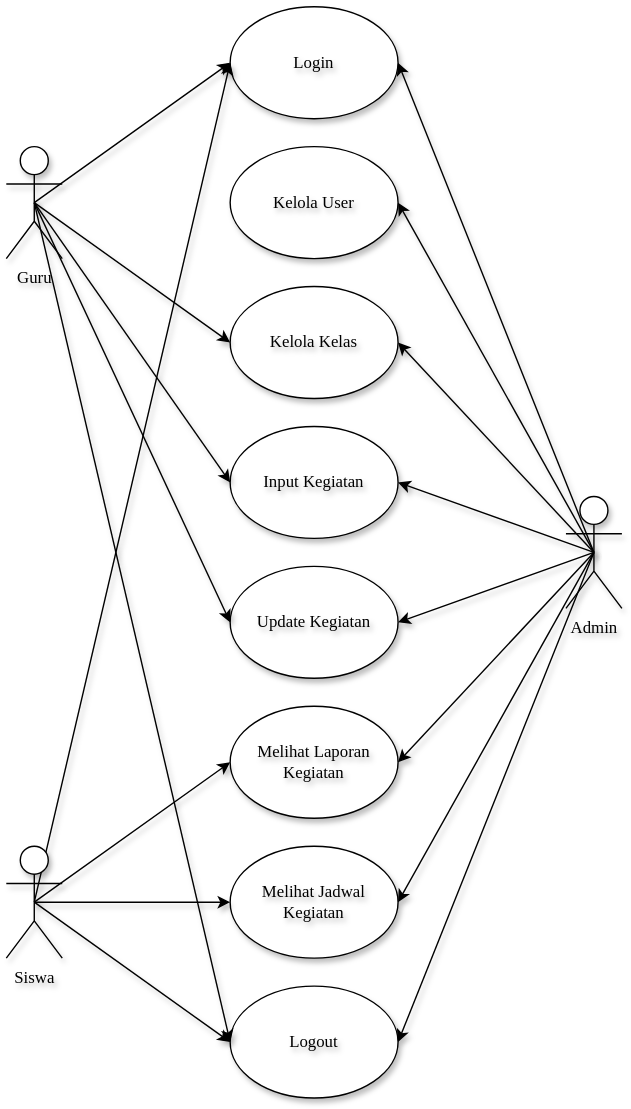
Above: Docs/Usecase.drawio.svg in SukaMCD/Aplikasi-Guru (draw.io), before the change. Source tidied: cells renumbered, new cells last; positions are measured from the earlier drawing's top-left corner, leaving out a move shared by most shapes.
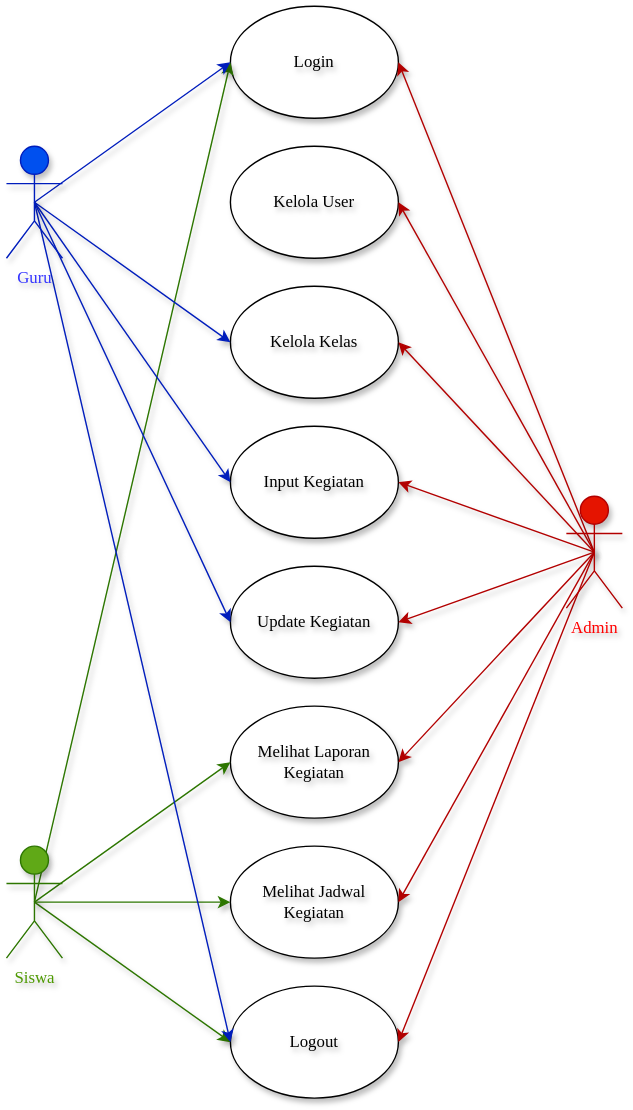
After the commit.

Change to the diagram source:
```diff
@@ -26,66 +26,66 @@
     <mxCell id="9" value="Logout" style="ellipse;whiteSpace=wrap;html=1;shadow=1;fontFamily=Times New Roman;labelBackgroundColor=none;strokeColor=light-dark(#000000,#000000);fontColor=light-dark(#000000,#FFFFFF);textShadow=1;labelBorderColor=none;" parent="1" vertex="1">
       <mxGeometry x="160" y="700" width="120" height="80" as="geometry" />
     </mxCell>
-    <mxCell id="10" style="edgeStyle=none;html=1;exitX=0.5;exitY=0.5;exitDx=0;exitDy=0;exitPerimeter=0;entryX=1;entryY=0.5;entryDx=0;entryDy=0;shadow=1;fontFamily=Times New Roman;labelBackgroundColor=none;fontColor=light-dark(#000000,#000000);strokeColor=light-dark(#000000,#000000);textShadow=1;labelBorderColor=none;" parent="1" edge="1" source="18" target="2">
+    <mxCell id="10" style="edgeStyle=none;html=1;exitX=0.5;exitY=0.5;exitDx=0;exitDy=0;exitPerimeter=0;entryX=1;entryY=0.5;entryDx=0;entryDy=0;shadow=1;fontFamily=Times New Roman;labelBackgroundColor=none;fontColor=light-dark(#000000,#000000);strokeColor=#B20000;textShadow=1;labelBorderColor=none;fillColor=#e51400;" parent="1" edge="1" source="18" target="2">
       <mxGeometry relative="1" as="geometry" />
     </mxCell>
-    <mxCell id="11" style="edgeStyle=none;html=1;exitX=0.5;exitY=0.5;exitDx=0;exitDy=0;exitPerimeter=0;entryX=1;entryY=0.5;entryDx=0;entryDy=0;shadow=1;fontFamily=Times New Roman;labelBackgroundColor=none;fontColor=light-dark(#000000,#000000);strokeColor=light-dark(#000000,#000000);textShadow=1;labelBorderColor=none;" parent="1" edge="1" source="18" target="3">
+    <mxCell id="11" style="edgeStyle=none;html=1;exitX=0.5;exitY=0.5;exitDx=0;exitDy=0;exitPerimeter=0;entryX=1;entryY=0.5;entryDx=0;entryDy=0;shadow=1;fontFamily=Times New Roman;labelBackgroundColor=none;fontColor=light-dark(#000000,#000000);strokeColor=#B20000;textShadow=1;labelBorderColor=none;fillColor=#e51400;" parent="1" edge="1" source="18" target="3">
       <mxGeometry relative="1" as="geometry" />
     </mxCell>
-    <mxCell id="12" style="edgeStyle=none;html=1;exitX=0.5;exitY=0.5;exitDx=0;exitDy=0;exitPerimeter=0;entryX=1;entryY=0.5;entryDx=0;entryDy=0;shadow=1;fontFamily=Times New Roman;labelBackgroundColor=none;fontColor=light-dark(#000000,#000000);strokeColor=light-dark(#000000,#000000);textShadow=1;labelBorderColor=none;" parent="1" edge="1" source="18" target="5">
+    <mxCell id="12" style="edgeStyle=none;html=1;exitX=0.5;exitY=0.5;exitDx=0;exitDy=0;exitPerimeter=0;entryX=1;entryY=0.5;entryDx=0;entryDy=0;shadow=1;fontFamily=Times New Roman;labelBackgroundColor=none;fontColor=light-dark(#000000,#000000);strokeColor=#B20000;textShadow=1;labelBorderColor=none;fillColor=#e51400;" parent="1" edge="1" source="18" target="5">
       <mxGeometry relative="1" as="geometry" />
     </mxCell>
-    <mxCell id="13" style="edgeStyle=none;html=1;exitX=0.5;exitY=0.5;exitDx=0;exitDy=0;exitPerimeter=0;entryX=1;entryY=0.5;entryDx=0;entryDy=0;shadow=1;fontFamily=Times New Roman;labelBackgroundColor=none;fontColor=light-dark(#000000,#000000);strokeColor=light-dark(#000000,#000000);textShadow=1;labelBorderColor=none;" parent="1" edge="1" source="18" target="6">
+    <mxCell id="13" style="edgeStyle=none;html=1;exitX=0.5;exitY=0.5;exitDx=0;exitDy=0;exitPerimeter=0;entryX=1;entryY=0.5;entryDx=0;entryDy=0;shadow=1;fontFamily=Times New Roman;labelBackgroundColor=none;fontColor=light-dark(#000000,#000000);strokeColor=#B20000;textShadow=1;labelBorderColor=none;fillColor=#e51400;" parent="1" edge="1" source="18" target="6">
       <mxGeometry relative="1" as="geometry" />
     </mxCell>
-    <mxCell id="14" style="edgeStyle=none;html=1;exitX=0.5;exitY=0.5;exitDx=0;exitDy=0;exitPerimeter=0;entryX=1;entryY=0.5;entryDx=0;entryDy=0;shadow=1;fontFamily=Times New Roman;labelBackgroundColor=none;fontColor=light-dark(#000000,#000000);strokeColor=light-dark(#000000,#000000);textShadow=1;labelBorderColor=none;" parent="1" edge="1" source="18" target="7">
+    <mxCell id="14" style="edgeStyle=none;html=1;exitX=0.5;exitY=0.5;exitDx=0;exitDy=0;exitPerimeter=0;entryX=1;entryY=0.5;entryDx=0;entryDy=0;shadow=1;fontFamily=Times New Roman;labelBackgroundColor=none;fontColor=light-dark(#000000,#000000);strokeColor=#B20000;textShadow=1;labelBorderColor=none;fillColor=#e51400;" parent="1" edge="1" source="18" target="7">
       <mxGeometry relative="1" as="geometry" />
     </mxCell>
-    <mxCell id="15" style="edgeStyle=none;html=1;exitX=0.5;exitY=0.5;exitDx=0;exitDy=0;exitPerimeter=0;entryX=1;entryY=0.5;entryDx=0;entryDy=0;shadow=1;fontFamily=Times New Roman;labelBackgroundColor=none;fontColor=light-dark(#000000,#000000);strokeColor=light-dark(#000000,#000000);textShadow=1;labelBorderColor=none;" parent="1" edge="1" source="18" target="8">
+    <mxCell id="15" style="edgeStyle=none;html=1;exitX=0.5;exitY=0.5;exitDx=0;exitDy=0;exitPerimeter=0;entryX=1;entryY=0.5;entryDx=0;entryDy=0;shadow=1;fontFamily=Times New Roman;labelBackgroundColor=none;fontColor=light-dark(#000000,#000000);strokeColor=#B20000;textShadow=1;labelBorderColor=none;fillColor=#e51400;" parent="1" edge="1" source="18" target="8">
       <mxGeometry relative="1" as="geometry" />
     </mxCell>
-    <mxCell id="16" style="edgeStyle=none;html=1;exitX=0.5;exitY=0.5;exitDx=0;exitDy=0;exitPerimeter=0;entryX=1;entryY=0.5;entryDx=0;entryDy=0;shadow=1;fontFamily=Times New Roman;labelBackgroundColor=none;fontColor=light-dark(#000000,#000000);strokeColor=light-dark(#000000,#000000);textShadow=1;labelBorderColor=none;" parent="1" edge="1" source="18" target="9">
+    <mxCell id="16" style="edgeStyle=none;html=1;exitX=0.5;exitY=0.5;exitDx=0;exitDy=0;exitPerimeter=0;entryX=1;entryY=0.5;entryDx=0;entryDy=0;shadow=1;fontFamily=Times New Roman;labelBackgroundColor=none;fontColor=light-dark(#000000,#000000);strokeColor=#B20000;textShadow=1;labelBorderColor=none;fillColor=#e51400;" parent="1" edge="1" source="18" target="9">
       <mxGeometry relative="1" as="geometry" />
     </mxCell>
-    <mxCell id="17" style="edgeStyle=none;html=1;exitX=0.5;exitY=0.5;exitDx=0;exitDy=0;exitPerimeter=0;entryX=1;entryY=0.5;entryDx=0;entryDy=0;shadow=1;fontFamily=Times New Roman;labelBackgroundColor=none;fontColor=light-dark(#000000,#000000);strokeColor=light-dark(#000000,#000000);textShadow=1;labelBorderColor=none;" parent="1" edge="1" source="18" target="4">
+    <mxCell id="17" style="edgeStyle=none;html=1;exitX=0.5;exitY=0.5;exitDx=0;exitDy=0;exitPerimeter=0;entryX=1;entryY=0.5;entryDx=0;entryDy=0;shadow=1;fontFamily=Times New Roman;labelBackgroundColor=none;fontColor=light-dark(#000000,#000000);strokeColor=#B20000;textShadow=1;labelBorderColor=none;fillColor=#e51400;" parent="1" edge="1" source="18" target="4">
       <mxGeometry relative="1" as="geometry" />
     </mxCell>
-    <mxCell id="18" value="Admin" style="shape=umlActor;verticalLabelPosition=bottom;verticalAlign=top;html=1;outlineConnect=0;shadow=1;fontFamily=Times New Roman;labelBackgroundColor=none;strokeColor=light-dark(#000000,#000000);fontColor=light-dark(#000000,#000000);textShadow=1;labelBorderColor=none;" parent="1" vertex="1">
+    <mxCell id="18" value="&lt;font style=&quot;color: rgb(255, 0, 0);&quot;&gt;Admin&lt;/font&gt;" style="shape=umlActor;verticalLabelPosition=bottom;verticalAlign=top;html=1;outlineConnect=0;shadow=1;fontFamily=Times New Roman;labelBackgroundColor=none;strokeColor=#B20000;fontColor=#ffffff;textShadow=1;labelBorderColor=none;fillColor=#e51400;" parent="1" vertex="1">
       <mxGeometry x="400" y="350" width="40" height="80" as="geometry" />
     </mxCell>
-    <mxCell id="19" style="edgeStyle=none;html=1;exitX=0.5;exitY=0.5;exitDx=0;exitDy=0;exitPerimeter=0;entryX=0;entryY=0.5;entryDx=0;entryDy=0;shadow=1;fontFamily=Times New Roman;labelBackgroundColor=none;fontColor=light-dark(#000000,#000000);strokeColor=light-dark(#000000,#000000);textShadow=1;labelBorderColor=none;" parent="1" edge="1" source="23" target="2">
+    <mxCell id="19" style="edgeStyle=none;html=1;exitX=0.5;exitY=0.5;exitDx=0;exitDy=0;exitPerimeter=0;entryX=0;entryY=0.5;entryDx=0;entryDy=0;shadow=1;fontFamily=Times New Roman;labelBackgroundColor=none;fontColor=light-dark(#000000,#000000);strokeColor=#2D7600;textShadow=1;labelBorderColor=none;fillColor=#60a917;" parent="1" edge="1" source="23" target="2">
       <mxGeometry relative="1" as="geometry" />
     </mxCell>
-    <mxCell id="20" style="edgeStyle=none;html=1;exitX=0.5;exitY=0.5;exitDx=0;exitDy=0;exitPerimeter=0;shadow=1;fontFamily=Times New Roman;labelBackgroundColor=none;fontColor=light-dark(#000000,#000000);strokeColor=light-dark(#000000,#000000);textShadow=1;labelBorderColor=none;" parent="1" edge="1" source="23">
+    <mxCell id="20" style="edgeStyle=none;html=1;exitX=0.5;exitY=0.5;exitDx=0;exitDy=0;exitPerimeter=0;shadow=1;fontFamily=Times New Roman;labelBackgroundColor=none;fontColor=light-dark(#000000,#000000);strokeColor=#2D7600;textShadow=1;labelBorderColor=none;fillColor=#60a917;" parent="1" edge="1" source="23">
       <mxGeometry relative="1" as="geometry">
         <mxPoint x="160" y="740" as="targetPoint" />
       </mxGeometry>
     </mxCell>
-    <mxCell id="21" style="edgeStyle=none;html=1;exitX=0.5;exitY=0.5;exitDx=0;exitDy=0;exitPerimeter=0;entryX=0;entryY=0.5;entryDx=0;entryDy=0;shadow=1;fontFamily=Times New Roman;labelBackgroundColor=none;fontColor=light-dark(#000000,#000000);strokeColor=light-dark(#000000,#000000);textShadow=1;labelBorderColor=none;" parent="1" edge="1" source="23" target="7">
+    <mxCell id="21" style="edgeStyle=none;html=1;exitX=0.5;exitY=0.5;exitDx=0;exitDy=0;exitPerimeter=0;entryX=0;entryY=0.5;entryDx=0;entryDy=0;shadow=1;fontFamily=Times New Roman;labelBackgroundColor=none;fontColor=light-dark(#000000,#000000);strokeColor=#2D7600;textShadow=1;labelBorderColor=none;fillColor=#60a917;" parent="1" edge="1" source="23" target="7">
       <mxGeometry relative="1" as="geometry" />
     </mxCell>
-    <mxCell id="22" style="edgeStyle=none;html=1;exitX=0.5;exitY=0.5;exitDx=0;exitDy=0;exitPerimeter=0;entryX=0;entryY=0.5;entryDx=0;entryDy=0;shadow=1;fontFamily=Times New Roman;labelBackgroundColor=none;fontColor=light-dark(#000000,#000000);strokeColor=light-dark(#000000,#000000);textShadow=1;labelBorderColor=none;" parent="1" edge="1" source="23" target="8">
+    <mxCell id="22" style="edgeStyle=none;html=1;exitX=0.5;exitY=0.5;exitDx=0;exitDy=0;exitPerimeter=0;entryX=0;entryY=0.5;entryDx=0;entryDy=0;shadow=1;fontFamily=Times New Roman;labelBackgroundColor=none;fontColor=light-dark(#000000,#000000);strokeColor=#2D7600;textShadow=1;labelBorderColor=none;fillColor=#60a917;" parent="1" edge="1" source="23" target="8">
       <mxGeometry relative="1" as="geometry" />
     </mxCell>
-    <mxCell id="23" value="Siswa" style="shape=umlActor;verticalLabelPosition=bottom;verticalAlign=top;html=1;outlineConnect=0;shadow=1;fontFamily=Times New Roman;labelBackgroundColor=none;strokeColor=light-dark(#000000,#000000);fontColor=light-dark(#000000,#000000);textShadow=1;labelBorderColor=none;" parent="1" vertex="1">
+    <mxCell id="23" value="&lt;font style=&quot;color: rgb(77, 153, 0);&quot;&gt;Siswa&lt;/font&gt;" style="shape=umlActor;verticalLabelPosition=bottom;verticalAlign=top;html=1;outlineConnect=0;shadow=1;fontFamily=Times New Roman;labelBackgroundColor=none;strokeColor=#2D7600;fontColor=#ffffff;textShadow=1;labelBorderColor=none;fillColor=#60a917;" parent="1" vertex="1">
       <mxGeometry y="600" width="40" height="80" as="geometry" />
     </mxCell>
-    <mxCell id="24" style="edgeStyle=none;html=1;exitX=0.5;exitY=0.5;exitDx=0;exitDy=0;exitPerimeter=0;entryX=0;entryY=0.5;entryDx=0;entryDy=0;shadow=1;fontFamily=Times New Roman;labelBackgroundColor=none;fontColor=light-dark(#000000,#000000);strokeColor=light-dark(#000000,#000000);textShadow=1;labelBorderColor=none;" parent="1" edge="1" source="29" target="2">
+    <mxCell id="24" style="edgeStyle=none;html=1;exitX=0.5;exitY=0.5;exitDx=0;exitDy=0;exitPerimeter=0;entryX=0;entryY=0.5;entryDx=0;entryDy=0;shadow=1;fontFamily=Times New Roman;labelBackgroundColor=none;fontColor=light-dark(#000000,#000000);strokeColor=#001DBC;textShadow=1;labelBorderColor=none;fillColor=#0050ef;" parent="1" edge="1" source="29" target="2">
       <mxGeometry relative="1" as="geometry" />
     </mxCell>
-    <mxCell id="25" style="edgeStyle=none;html=1;exitX=0.5;exitY=0.5;exitDx=0;exitDy=0;exitPerimeter=0;entryX=0;entryY=0.5;entryDx=0;entryDy=0;shadow=1;fontFamily=Times New Roman;labelBackgroundColor=none;fontColor=light-dark(#000000,#000000);strokeColor=light-dark(#000000,#000000);textShadow=1;labelBorderColor=none;" parent="1" edge="1" source="29" target="9">
+    <mxCell id="25" style="edgeStyle=none;html=1;exitX=0.5;exitY=0.5;exitDx=0;exitDy=0;exitPerimeter=0;entryX=0;entryY=0.5;entryDx=0;entryDy=0;shadow=1;fontFamily=Times New Roman;labelBackgroundColor=none;fontColor=light-dark(#000000,#000000);strokeColor=#001DBC;textShadow=1;labelBorderColor=none;fillColor=#0050ef;" parent="1" edge="1" source="29" target="9">
       <mxGeometry relative="1" as="geometry" />
     </mxCell>
-    <mxCell id="26" style="edgeStyle=none;html=1;exitX=0.5;exitY=0.5;exitDx=0;exitDy=0;exitPerimeter=0;entryX=0;entryY=0.5;entryDx=0;entryDy=0;shadow=1;fontFamily=Times New Roman;labelBackgroundColor=none;fontColor=light-dark(#000000,#000000);strokeColor=light-dark(#000000,#000000);textShadow=1;labelBorderColor=none;" parent="1" edge="1" source="29" target="4">
+    <mxCell id="26" style="edgeStyle=none;html=1;exitX=0.5;exitY=0.5;exitDx=0;exitDy=0;exitPerimeter=0;entryX=0;entryY=0.5;entryDx=0;entryDy=0;shadow=1;fontFamily=Times New Roman;labelBackgroundColor=none;fontColor=light-dark(#000000,#000000);strokeColor=#001DBC;textShadow=1;labelBorderColor=none;fillColor=#0050ef;" parent="1" edge="1" source="29" target="4">
       <mxGeometry relative="1" as="geometry" />
     </mxCell>
-    <mxCell id="27" style="edgeStyle=none;html=1;exitX=0.5;exitY=0.5;exitDx=0;exitDy=0;exitPerimeter=0;entryX=0;entryY=0.5;entryDx=0;entryDy=0;shadow=1;fontFamily=Times New Roman;labelBackgroundColor=none;fontColor=light-dark(#000000,#000000);strokeColor=light-dark(#000000,#000000);textShadow=1;labelBorderColor=none;" parent="1" edge="1" source="29" target="5">
+    <mxCell id="27" style="edgeStyle=none;html=1;exitX=0.5;exitY=0.5;exitDx=0;exitDy=0;exitPerimeter=0;entryX=0;entryY=0.5;entryDx=0;entryDy=0;shadow=1;fontFamily=Times New Roman;labelBackgroundColor=none;fontColor=light-dark(#000000,#000000);strokeColor=#001DBC;textShadow=1;labelBorderColor=none;fillColor=#0050ef;" parent="1" edge="1" source="29" target="5">
       <mxGeometry relative="1" as="geometry" />
     </mxCell>
-    <mxCell id="28" style="edgeStyle=none;html=1;exitX=0.5;exitY=0.5;exitDx=0;exitDy=0;exitPerimeter=0;entryX=0;entryY=0.5;entryDx=0;entryDy=0;shadow=1;fontFamily=Times New Roman;labelBackgroundColor=none;fontColor=light-dark(#000000,#000000);strokeColor=light-dark(#000000,#000000);textShadow=1;labelBorderColor=none;" parent="1" edge="1" source="29" target="6">
+    <mxCell id="28" style="edgeStyle=none;html=1;exitX=0.5;exitY=0.5;exitDx=0;exitDy=0;exitPerimeter=0;entryX=0;entryY=0.5;entryDx=0;entryDy=0;shadow=1;fontFamily=Times New Roman;labelBackgroundColor=none;fontColor=light-dark(#000000,#000000);strokeColor=#001DBC;textShadow=1;labelBorderColor=none;fillColor=#0050ef;" parent="1" edge="1" source="29" target="6">
       <mxGeometry relative="1" as="geometry" />
     </mxCell>
-    <mxCell id="29" value="Guru" style="shape=umlActor;verticalLabelPosition=bottom;verticalAlign=top;html=1;outlineConnect=0;shadow=1;fontFamily=Times New Roman;labelBackgroundColor=none;strokeColor=light-dark(#000000,#000000);fontColor=light-dark(#000000,#000000);textShadow=1;labelBorderColor=none;" parent="1" vertex="1">
+    <mxCell id="29" value="&lt;font style=&quot;color: rgb(51, 51, 255);&quot;&gt;Guru&lt;/font&gt;" style="shape=umlActor;verticalLabelPosition=bottom;verticalAlign=top;html=1;outlineConnect=0;shadow=1;fontFamily=Times New Roman;labelBackgroundColor=none;strokeColor=#001DBC;textShadow=1;labelBorderColor=none;fillColor=#0050ef;fontColor=#ffffff;" parent="1" vertex="1">
       <mxGeometry y="100" width="40" height="80" as="geometry" />
     </mxCell>
   </root>
```
